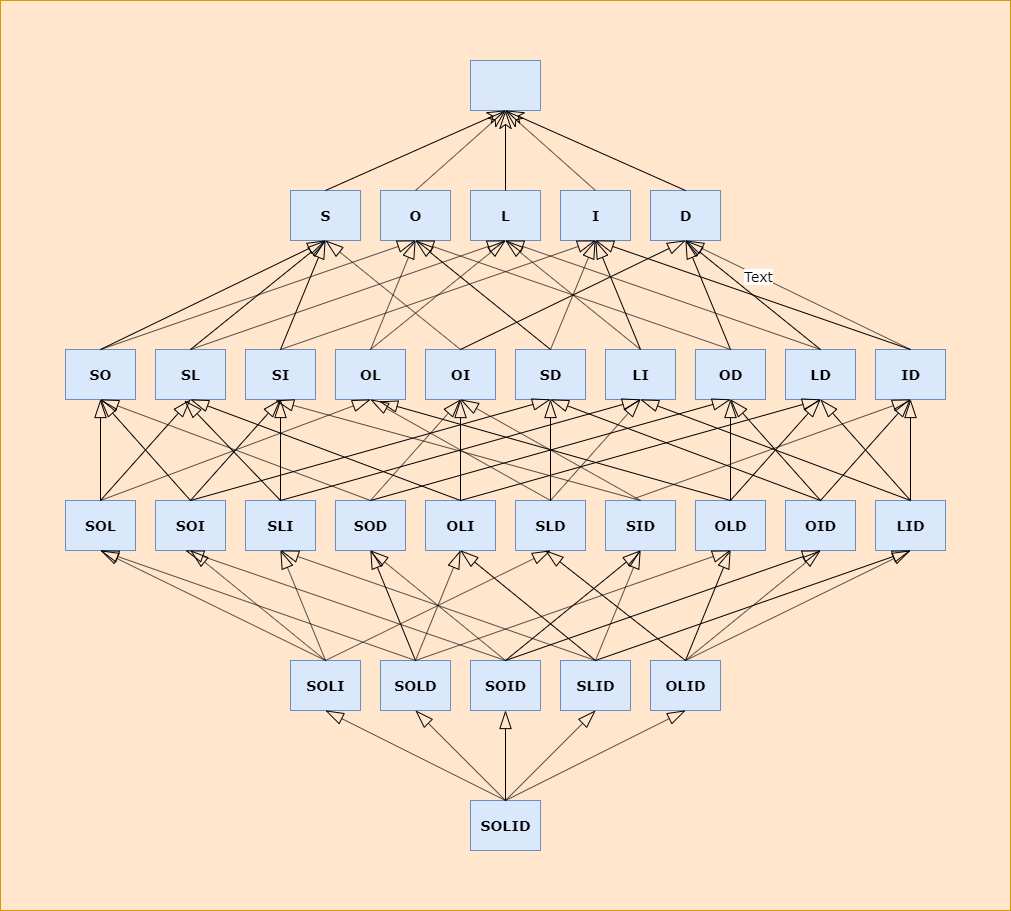
softspiders/softspiders keeps this draw.io diagram as images/solid-hasse.png. Above is the earlier version. Source tidied: cells renumbered, new cells last; positions are measured from the earlier drawing's top-left corner, leaving out a move shared by most shapes.
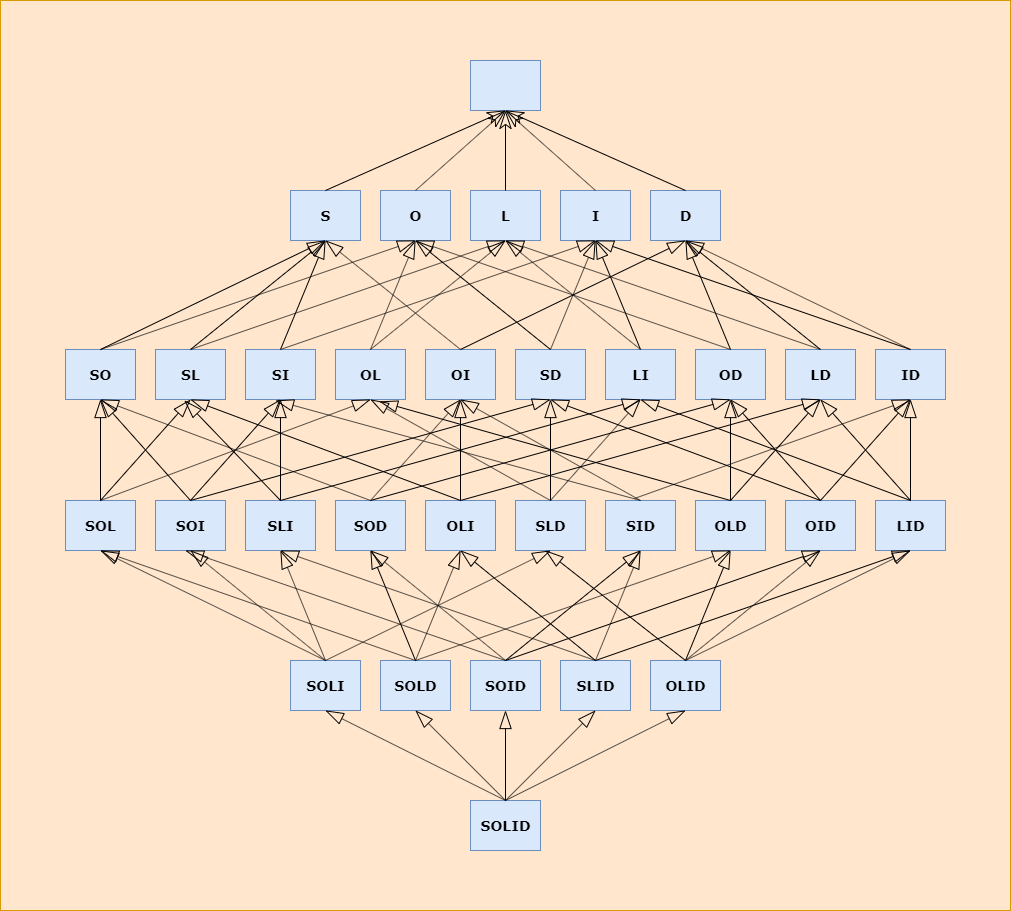
The same diagram one commit later.

Commit message:
doc: add solid-hasse diagram

Diff of the diagram source:
```diff
@@ -176,9 +176,6 @@
     <mxCell id="59" style="endArrow=blockThin;endSize=16;endFill=0;html=1;fontFamily=Verdana;fontSize=14;exitX=0.5;exitY=0;exitDx=0;exitDy=0;entryX=0.5;entryY=1;entryDx=0;entryDy=0;" parent="1" edge="1" source="12" target="32">
       <mxGeometry relative="1" as="geometry" />
     </mxCell>
-    <mxCell id="60" value="Text" style="text;html=1;align=center;verticalAlign=middle;labelBackgroundColor=#ffffff;fontSize=14;fontFamily=Verdana;" parent="59" vertex="1">
-      <mxGeometry x="0.35" relative="1" as="geometry" />
-    </mxCell>
     <mxCell id="61" style="endArrow=blockThin;endSize=16;endFill=0;html=1;fontFamily=Verdana;fontSize=14;entryX=0.5;entryY=1;entryDx=0;entryDy=0;exitX=0.5;exitY=0;exitDx=0;exitDy=0;" parent="1" edge="1" source="13" target="3">
       <mxGeometry relative="1" as="geometry" />
     </mxCell>
```
